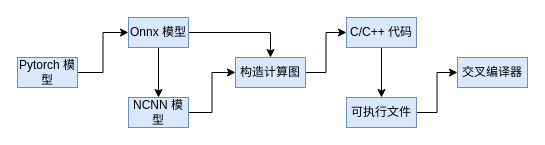
Before: dl_compiler.drawio in foreignbill/drawio, a draw.io diagram. Source tidied: cells renumbered, new cells numbered last; positions are measured from the earlier drawing's top-left corner, leaving out a move shared by most shapes. Both pictures are drawn from the tidied source at 100%, with x=0, y=0 at pixel (17, 17).
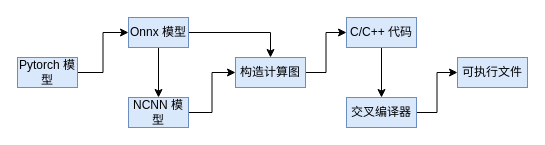
The same page after the edit.

Diff of the diagram source:
```diff
@@
 <mxGraphModel>
   <root>
     <mxCell id="0" />
     <mxCell id="1" parent="0" />
     <mxCell id="2" style="edgeStyle=orthogonalEdgeStyle;rounded=0;jettySize=auto;html=1;exitX=1;exitY=0.5;exitDx=0;exitDy=0;entryX=0;entryY=0.5;entryDx=0;entryDy=0;" parent="1" edge="1" source="3" target="6">
       <mxGeometry relative="1" as="geometry" />
     </mxCell>
     <mxCell id="3" value="Pytorch 模型" style="rounded=0;whiteSpace=wrap;html=1;fillColor=#dae8fc;strokeColor=#6c8ebf;" parent="1" vertex="1">
       <mxGeometry y="40" width="60" height="30" as="geometry" />
     </mxCell>
     <mxCell id="4" style="edgeStyle=orthogonalEdgeStyle;rounded=0;jettySize=auto;html=1;exitX=0.5;exitY=1;exitDx=0;exitDy=0;entryX=0.5;entryY=0;entryDx=0;entryDy=0;" parent="1" edge="1" source="6" target="8">
       <mxGeometry relative="1" as="geometry" />
     </mxCell>
     <mxCell id="5" style="edgeStyle=orthogonalEdgeStyle;rounded=0;jettySize=auto;html=1;exitX=1;exitY=0.5;exitDx=0;exitDy=0;entryX=0.5;entryY=0;entryDx=0;entryDy=0;" parent="1" edge="1" source="6" target="15">
       <mxGeometry relative="1" as="geometry" />
     </mxCell>
     <mxCell id="6" value="Onnx 模型" style="rounded=0;whiteSpace=wrap;html=1;fillColor=#dae8fc;strokeColor=#6c8ebf;" parent="1" vertex="1">
       <mxGeometry x="111" width="60" height="30" as="geometry" />
     </mxCell>
     <mxCell id="7" style="edgeStyle=orthogonalEdgeStyle;rounded=0;jettySize=auto;html=1;exitX=1;exitY=0.5;exitDx=0;exitDy=0;entryX=0;entryY=0.5;entryDx=0;entryDy=0;" parent="1" edge="1" source="8" target="15">
       <mxGeometry relative="1" as="geometry" />
     </mxCell>
     <mxCell id="8" value="NCNN 模型" style="rounded=0;whiteSpace=wrap;html=1;fillColor=#dae8fc;strokeColor=#6c8ebf;" parent="1" vertex="1">
       <mxGeometry x="111" y="80" width="60" height="30" as="geometry" />
     </mxCell>
     <mxCell id="9" style="edgeStyle=orthogonalEdgeStyle;rounded=0;jettySize=auto;html=1;exitX=0.5;exitY=1;exitDx=0;exitDy=0;" parent="1" edge="1" source="10" target="13">
       <mxGeometry relative="1" as="geometry" />
     </mxCell>
     <mxCell id="10" value="C/C++ 代码" style="rounded=0;whiteSpace=wrap;html=1;fillColor=#dae8fc;strokeColor=#6c8ebf;" parent="1" vertex="1">
       <mxGeometry x="329" width="70" height="30" as="geometry" />
     </mxCell>
-    <mxCell id="11" value="交叉编译器" style="rounded=0;whiteSpace=wrap;html=1;fillColor=#dae8fc;strokeColor=#6c8ebf;" parent="1" vertex="1">
+    <mxCell id="11" value="可执行文件" style="rounded=0;whiteSpace=wrap;html=1;fillColor=#dae8fc;strokeColor=#6c8ebf;" parent="1" vertex="1">
       <mxGeometry x="440" y="40" width="70" height="30" as="geometry" />
     </mxCell>
     <mxCell id="12" style="edgeStyle=orthogonalEdgeStyle;rounded=0;jettySize=auto;html=1;entryX=0;entryY=0.5;entryDx=0;entryDy=0;" parent="1" edge="1" source="13" target="11">
       <mxGeometry relative="1" as="geometry" />
     </mxCell>
-    <mxCell id="13" value="可执行文件" style="rounded=0;whiteSpace=wrap;html=1;fillColor=#dae8fc;strokeColor=#6c8ebf;" parent="1" vertex="1">
+    <mxCell id="13" value="交叉编译器" style="rounded=0;whiteSpace=wrap;html=1;fillColor=#dae8fc;strokeColor=#6c8ebf;" parent="1" vertex="1">
       <mxGeometry x="329" y="80" width="70" height="30" as="geometry" />
     </mxCell>
     <mxCell id="14" style="edgeStyle=orthogonalEdgeStyle;rounded=0;jettySize=auto;html=1;exitX=1;exitY=0.5;exitDx=0;exitDy=0;entryX=0;entryY=0.5;entryDx=0;entryDy=0;" parent="1" edge="1" source="15" target="10">
       <mxGeometry relative="1" as="geometry" />
     </mxCell>
     <mxCell id="15" value="构造计算图" style="rounded=0;whiteSpace=wrap;html=1;fillColor=#dae8fc;strokeColor=#6c8ebf;" parent="1" vertex="1">
       <mxGeometry x="218" y="40" width="70" height="30" as="geometry" />
     </mxCell>
   </root>
 </mxGraphModel>
```
